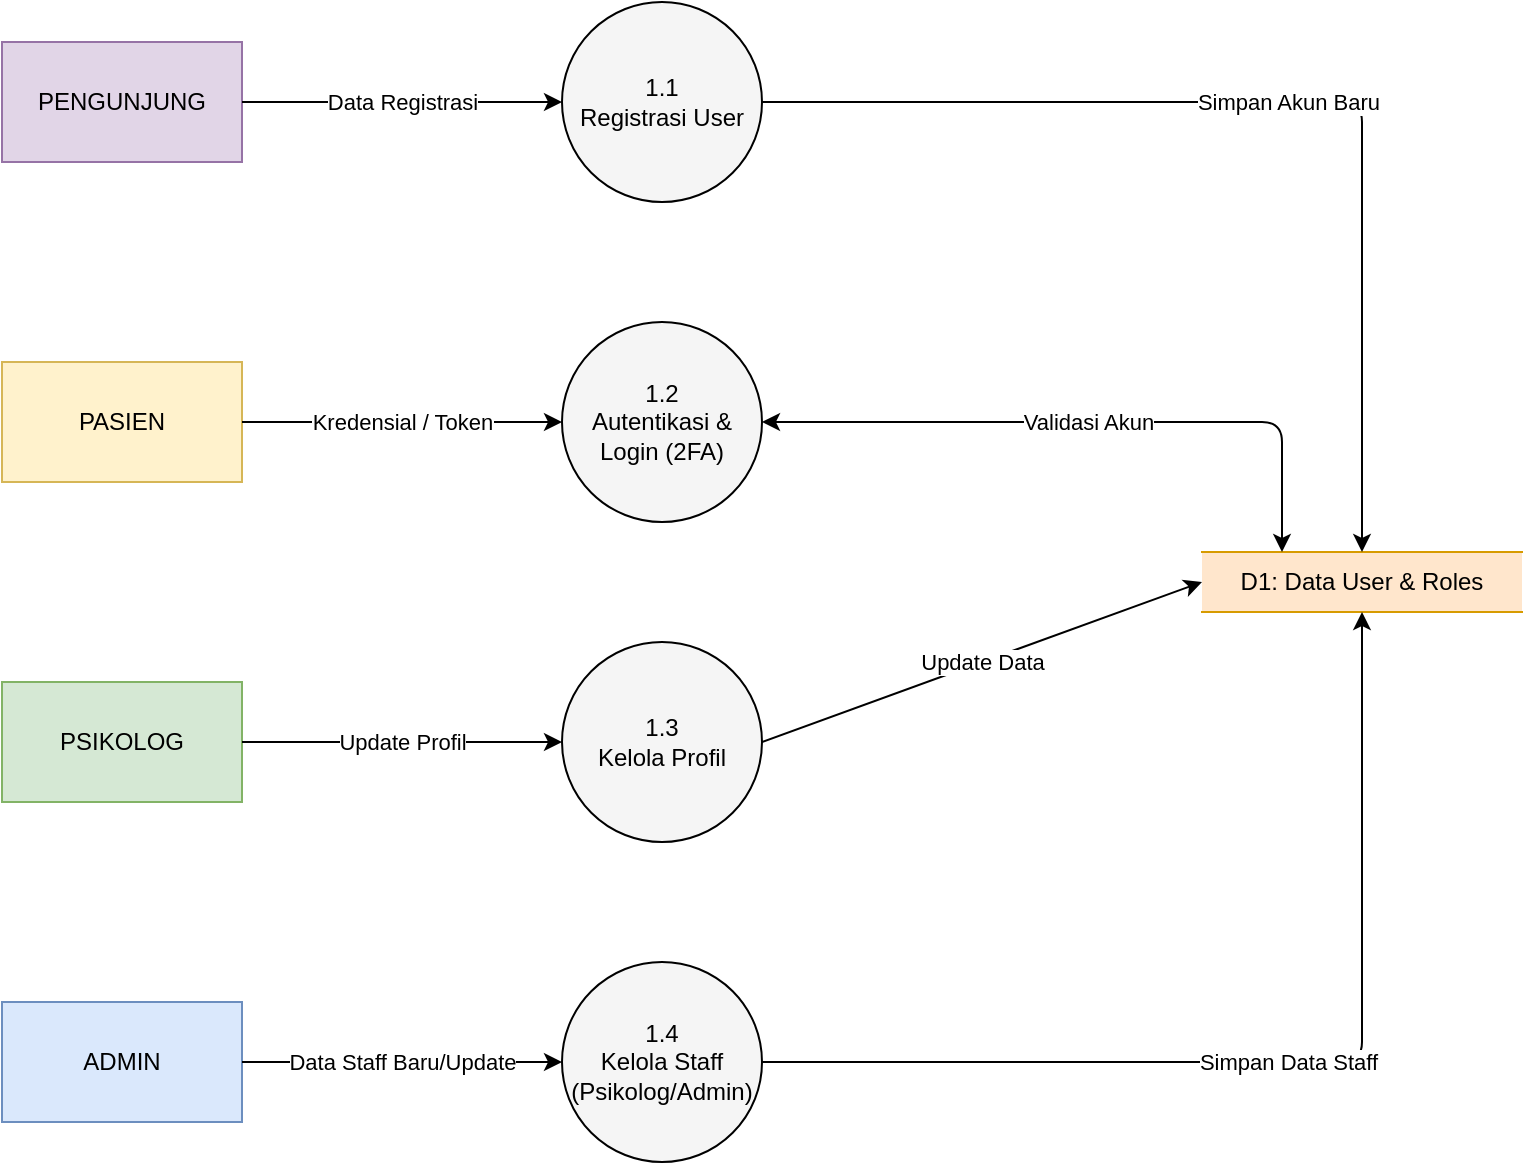
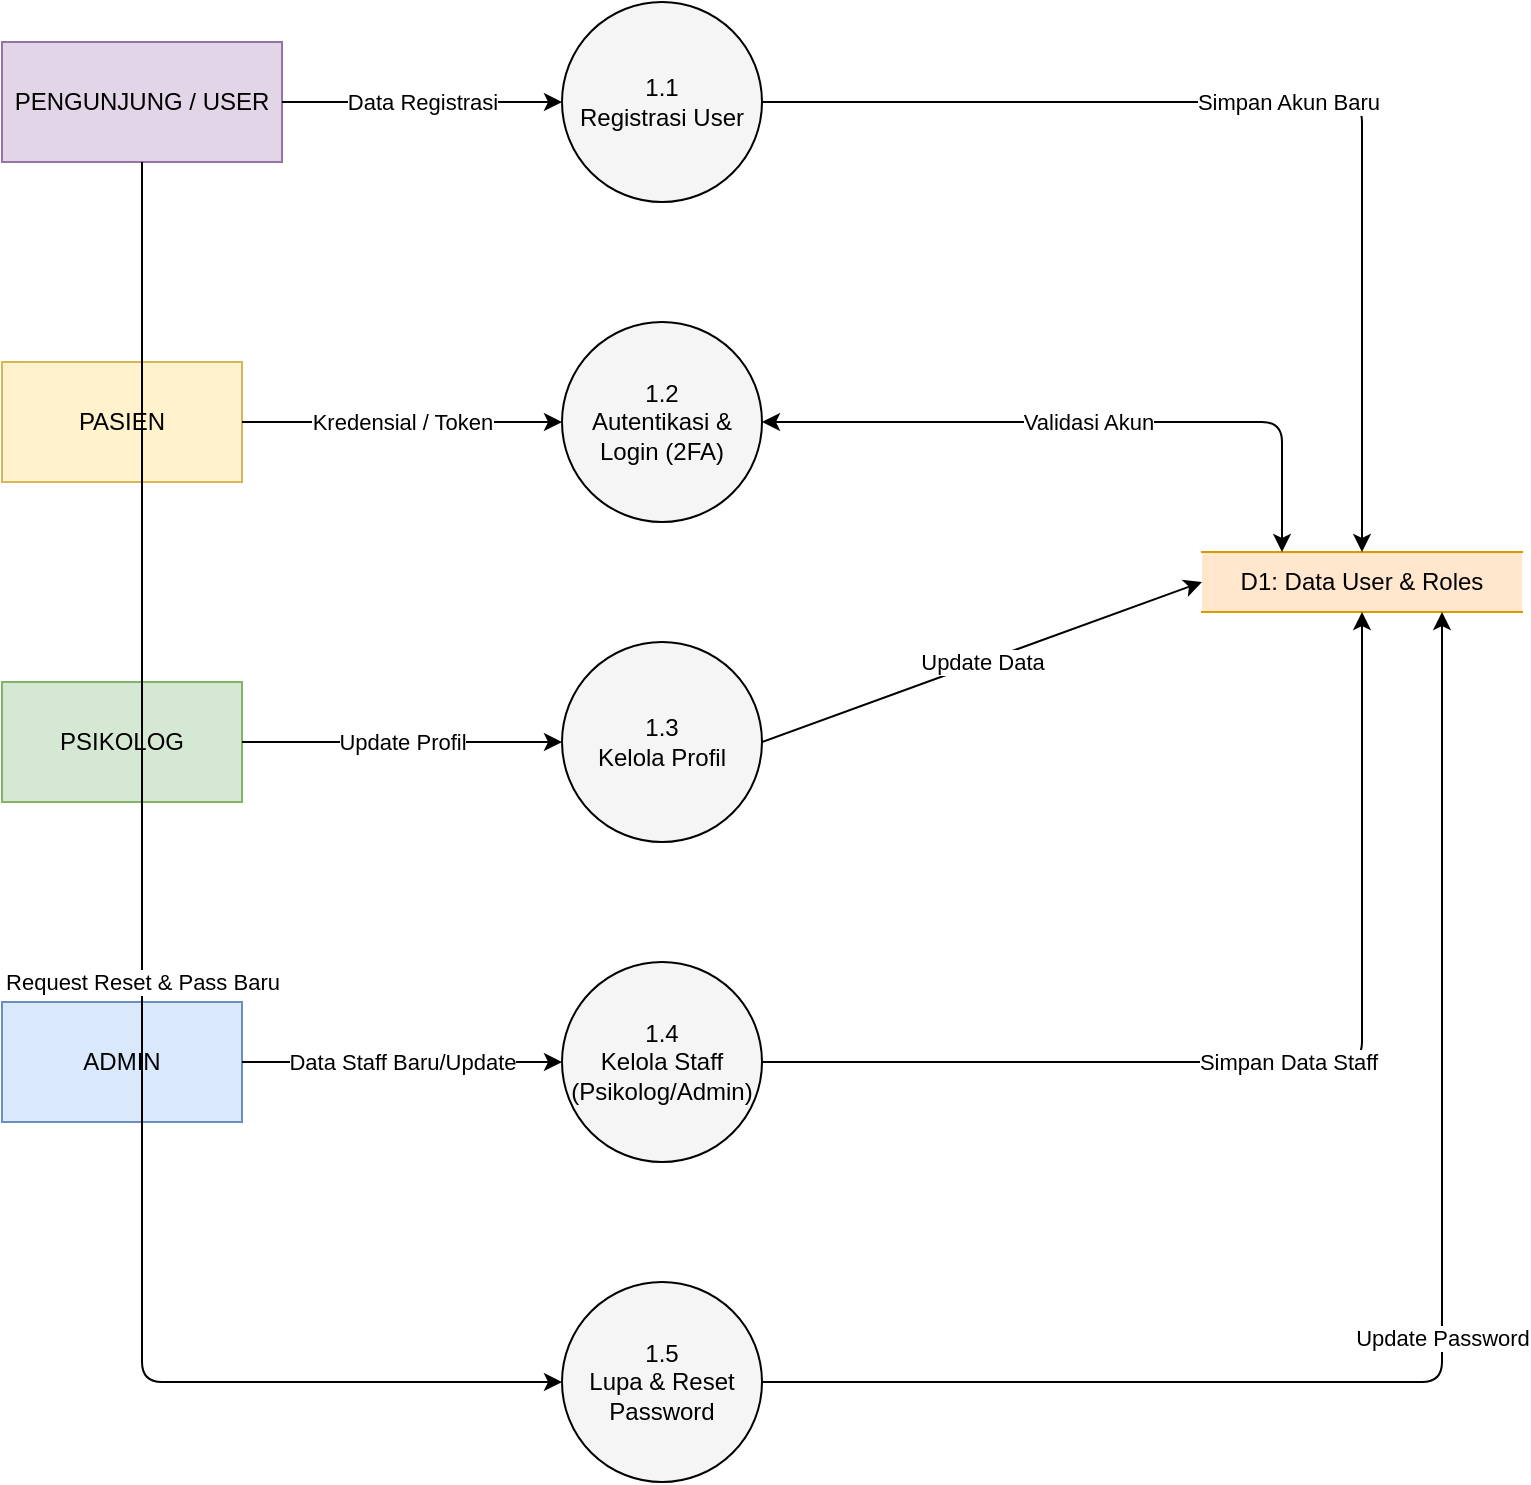
- <mxfile host="Electron" modified="2026-05-24T16:00:00.000Z" agent="5.0" version="21.6.8" type="device">
+ <mxfile host="Electron" modified="2026-05-24T20:00:00.000Z" agent="5.0" version="21.6.8" type="device">
  <diagram id="DFD-L2-Akun" name="DFD Level 2 - Proses 1.0 Akun">
-     <mxGraphModel dx="1200" dy="800" grid="1" gridSize="10" guides="1" tooltips="1" connect="1" arrows="1" fold="1" page="1" pageScale="1" pageWidth="1169" pageHeight="827" math="0" shadow="0">
+     <mxGraphModel dx="1200" dy="1000" grid="1" gridSize="10" guides="1" tooltips="1" connect="1" arrows="1" fold="1" page="1" pageScale="1" pageWidth="1169" pageHeight="827" math="0" shadow="0">
      <root>
        <mxCell id="0" />
        <mxCell id="1" parent="0" />

-         <mxCell id="E_Pengunjung" value="PENGUNJUNG" style="rounded=0;whiteSpace=wrap;html=1;fillColor=#e1d5e7;strokeColor=#9673a6;fontWeight=bold;" vertex="1" parent="1"><mxGeometry x="40" y="80" width="120" height="60" as="geometry" /></mxCell>
+         <mxCell id="E_Pengunjung" value="PENGUNJUNG / USER" style="rounded=0;whiteSpace=wrap;html=1;fillColor=#e1d5e7;strokeColor=#9673a6;fontWeight=bold;" vertex="1" parent="1"><mxGeometry x="40" y="80" width="140" height="60" as="geometry" /></mxCell>
        <mxCell id="E_Pasien" value="PASIEN" style="rounded=0;whiteSpace=wrap;html=1;fillColor=#fff2cc;strokeColor=#d6b656;fontWeight=bold;" vertex="1" parent="1"><mxGeometry x="40" y="240" width="120" height="60" as="geometry" /></mxCell>
        <mxCell id="E_Psikolog" value="PSIKOLOG" style="rounded=0;whiteSpace=wrap;html=1;fillColor=#d5e8d4;strokeColor=#82b366;fontWeight=bold;" vertex="1" parent="1"><mxGeometry x="40" y="400" width="120" height="60" as="geometry" /></mxCell>
        <mxCell id="E_Admin" value="ADMIN" style="rounded=0;whiteSpace=wrap;html=1;fillColor=#dae8fc;strokeColor=#6c8ebf;fontWeight=bold;" vertex="1" parent="1"><mxGeometry x="40" y="560" width="120" height="60" as="geometry" /></mxCell>

        <mxCell id="P1_1" value="1.1&lt;br&gt;Registrasi User" style="ellipse;whiteSpace=wrap;html=1;aspect=fixed;fillColor=#f5f5f5;" vertex="1" parent="1"><mxGeometry x="320" y="60" width="100" height="100" as="geometry" /></mxCell>
        <mxCell id="P1_2" value="1.2&lt;br&gt;Autentikasi &amp;&lt;br&gt;Login (2FA)" style="ellipse;whiteSpace=wrap;html=1;aspect=fixed;fillColor=#f5f5f5;" vertex="1" parent="1"><mxGeometry x="320" y="220" width="100" height="100" as="geometry" /></mxCell>
        <mxCell id="P1_3" value="1.3&lt;br&gt;Kelola Profil" style="ellipse;whiteSpace=wrap;html=1;aspect=fixed;fillColor=#f5f5f5;" vertex="1" parent="1"><mxGeometry x="320" y="380" width="100" height="100" as="geometry" /></mxCell>
        <mxCell id="P1_4" value="1.4&lt;br&gt;Kelola Staff&lt;br&gt;(Psikolog/Admin)" style="ellipse;whiteSpace=wrap;html=1;aspect=fixed;fillColor=#f5f5f5;" vertex="1" parent="1"><mxGeometry x="320" y="540" width="100" height="100" as="geometry" /></mxCell>
+         <mxCell id="P1_5" value="1.5&lt;br&gt;Lupa &amp; Reset&lt;br&gt;Password" style="ellipse;whiteSpace=wrap;html=1;aspect=fixed;fillColor=#f5f5f5;" vertex="1" parent="1"><mxGeometry x="320" y="700" width="100" height="100" as="geometry" /></mxCell>

        <mxCell id="D1" value="D1: Data User &amp; Roles" style="shape=partialRectangle;whiteSpace=wrap;html=1;left=0;right=0;fillColor=#ffe6cc;strokeColor=#d79b00;" vertex="1" parent="1"><mxGeometry x="640" y="335" width="160" height="30" as="geometry" /></mxCell>

        <mxCell id="F1" value="Data Registrasi" style="endArrow=classic;html=1;exitX=1;exitY=0.5;entryX=0;entryY=0.5;" edge="1" parent="1" source="E_Pengunjung" target="P1_1"><mxGeometry relative="1" as="geometry" /></mxCell>
        <mxCell id="F2" value="Kredensial / Token" style="endArrow=classic;html=1;exitX=1;exitY=0.5;entryX=0;entryY=0.5;" edge="1" parent="1" source="E_Pasien" target="P1_2"><mxGeometry relative="1" as="geometry" /></mxCell>
        <mxCell id="F3" value="Update Profil" style="endArrow=classic;html=1;exitX=1;exitY=0.5;entryX=0;entryY=0.5;" edge="1" parent="1" source="E_Psikolog" target="P1_3"><mxGeometry relative="1" as="geometry" /></mxCell>
        <mxCell id="F4" value="Data Staff Baru/Update" style="endArrow=classic;html=1;exitX=1;exitY=0.5;entryX=0;entryY=0.5;" edge="1" parent="1" source="E_Admin" target="P1_4"><mxGeometry relative="1" as="geometry" /></mxCell>
+         <mxCell id="F5" value="Request Reset &amp; Pass Baru" style="endArrow=classic;html=1;exitX=0.5;exitY=1;entryX=0;entryY=0.5;" edge="1" parent="1" source="E_Pengunjung" target="P1_5"><mxGeometry relative="1" as="geometry"><Array as="points"><mxPoint x="110" y="750"/></Array></mxGeometry></mxCell>

        <mxCell id="S1" value="Simpan Akun Baru" style="endArrow=classic;html=1;exitX=1;exitY=0.5;entryX=0.5;entryY=0;" edge="1" parent="1" source="P1_1" target="D1"><mxGeometry relative="1" as="geometry"><Array as="points"><mxPoint x="720" y="110"/></Array></mxGeometry></mxCell>
        <mxCell id="S2" value="Validasi Akun" style="endArrow=classic;startArrow=classic;html=1;exitX=1;exitY=0.5;entryX=0.25;entryY=0;" edge="1" parent="1" source="P1_2" target="D1"><mxGeometry relative="1" as="geometry"><Array as="points"><mxPoint x="680" y="270"/></Array></mxGeometry></mxCell>
        <mxCell id="S3" value="Update Data" style="endArrow=classic;html=1;exitX=1;exitY=0.5;entryX=0;entryY=0.5;" edge="1" parent="1" source="P1_3" target="D1"><mxGeometry relative="1" as="geometry" /></mxCell>
        <mxCell id="S4" value="Simpan Data Staff" style="endArrow=classic;html=1;exitX=1;exitY=0.5;entryX=0.5;entryY=1;" edge="1" parent="1" source="P1_4" target="D1"><mxGeometry relative="1" as="geometry"><Array as="points"><mxPoint x="720" y="590"/></Array></mxGeometry></mxCell>
+         <mxCell id="S5" value="Update Password" style="endArrow=classic;html=1;exitX=1;exitY=0.5;entryX=0.75;entryY=1;" edge="1" parent="1" source="P1_5" target="D1"><mxGeometry relative="1" as="geometry"><Array as="points"><mxPoint x="760" y="750"/></Array></mxGeometry></mxCell>

      </root>
    </mxGraphModel>
  </diagram>
</mxfile>